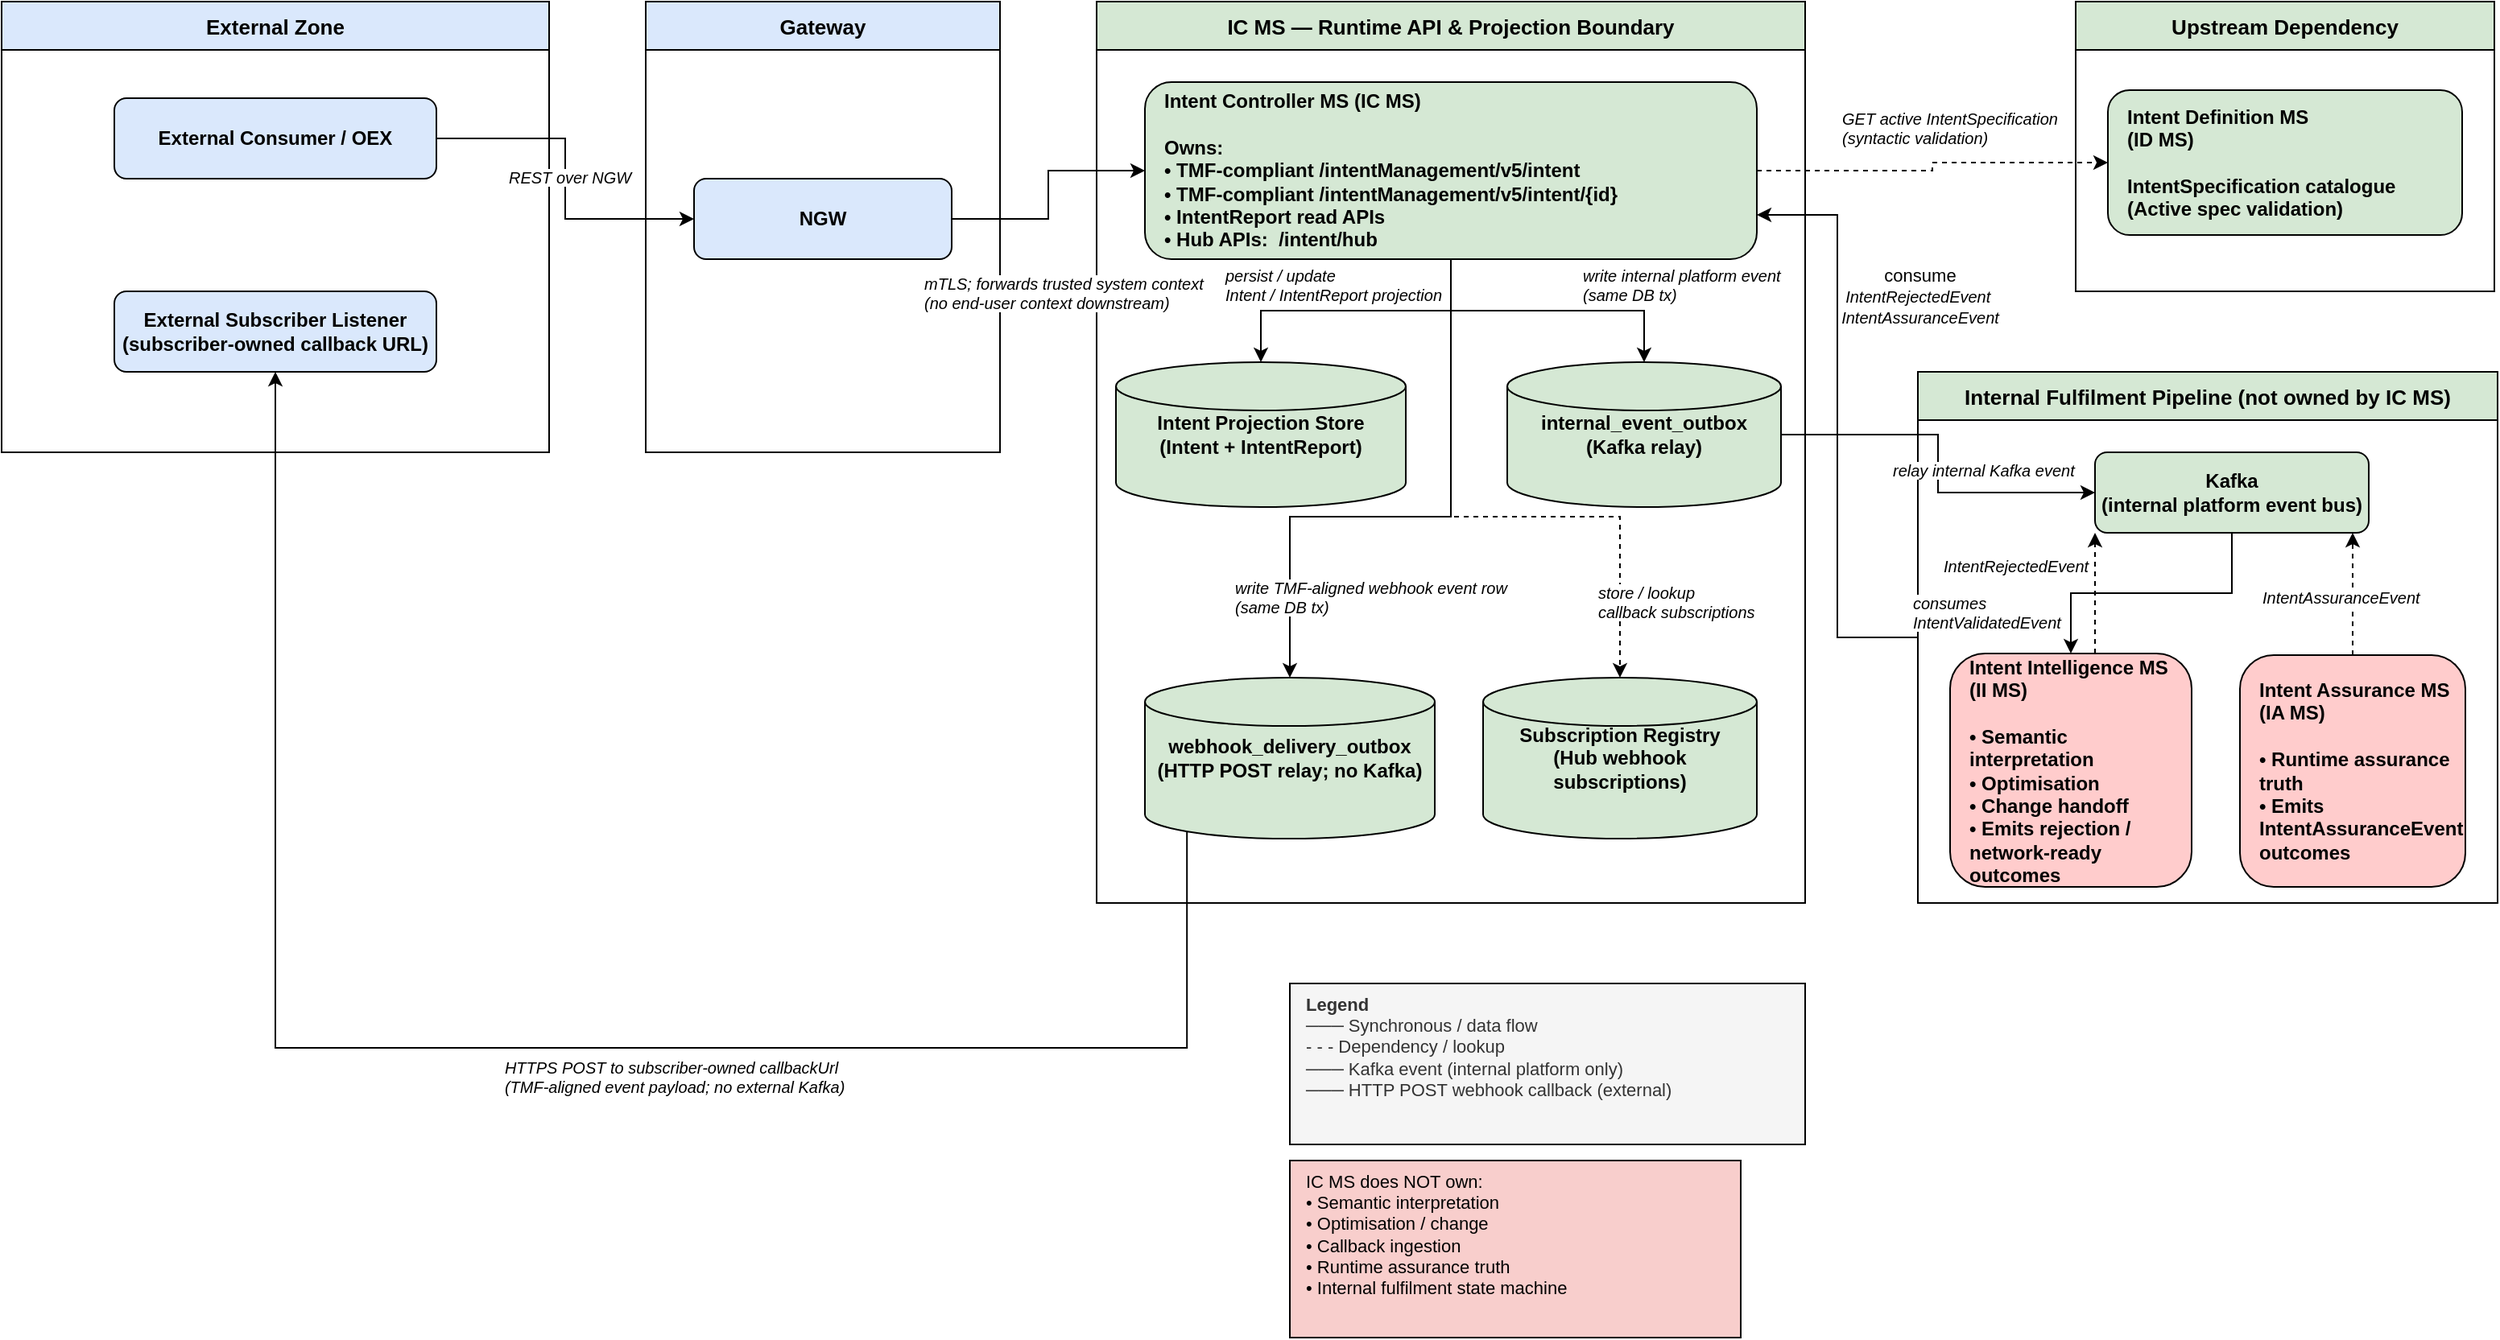
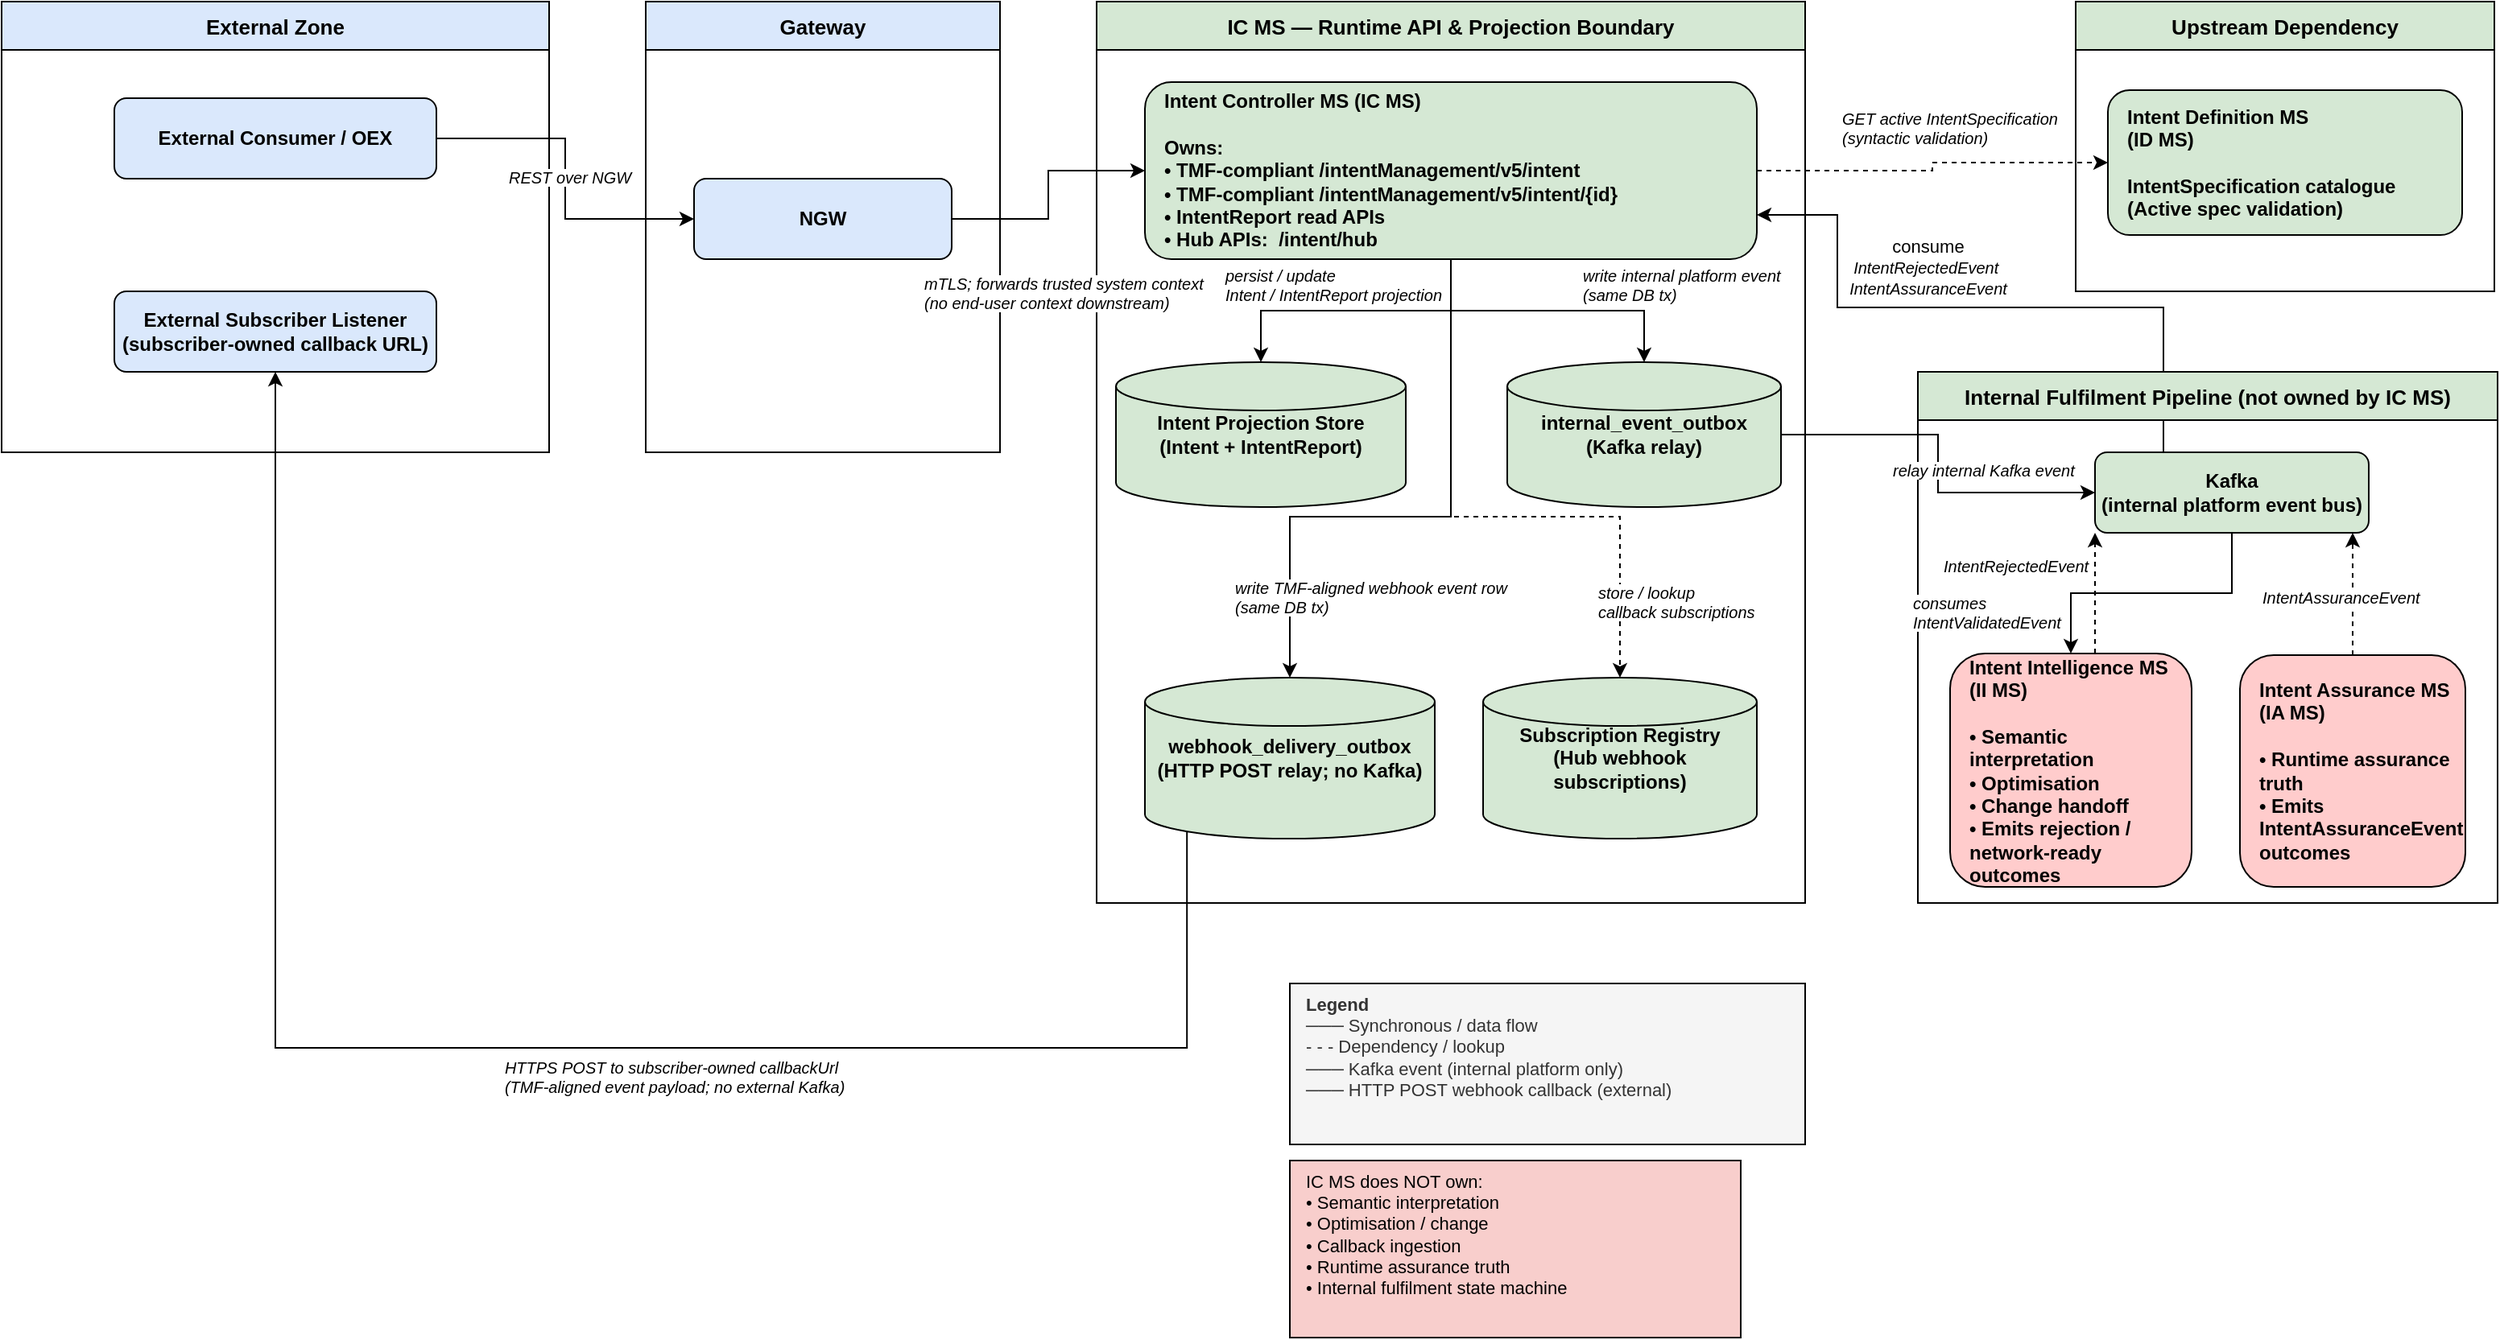
<mxfile host="65bd71144e">
    <diagram name="IC MS - Logical View" id="ic-ms-logical-view">
        <mxGraphModel dx="615" dy="633" grid="1" gridSize="10" guides="1" tooltips="1" connect="1" arrows="1" fold="1" page="1" pageScale="1" pageWidth="1654" pageHeight="1169" math="0" shadow="0">
            <root>
                <mxCell id="0"/>
                <mxCell id="1" parent="0"/>
                <mxCell id="zone_external" value="External Zone" style="swimlane;startSize=30;fillColor=#dae8fc;strokeColor=default;fontStyle=1;fontSize=13;horizontal=1;container=0;" parent="1" vertex="1">
                    <mxGeometry x="40" y="40" width="340" height="280" as="geometry"/>
                </mxCell>
                <mxCell id="zone_gateway" value="Gateway" style="swimlane;startSize=30;fillColor=#dae8fc;strokeColor=default;fontStyle=1;fontSize=13;horizontal=1;container=0;" parent="1" vertex="1">
                    <mxGeometry x="440" y="40" width="220" height="280" as="geometry"/>
                </mxCell>
                <mxCell id="zone_icms" value="IC MS — Runtime API &amp; Projection Boundary" style="swimlane;startSize=30;fillColor=#d5e8d4;strokeColor=default;fontStyle=1;fontSize=13;horizontal=1;container=0;" parent="1" vertex="1">
                    <mxGeometry x="720" y="40" width="440" height="560" as="geometry"/>
                </mxCell>
                <mxCell id="zone_idms" value="Upstream Dependency" style="swimlane;startSize=30;fillColor=#d5e8d4;strokeColor=default;fontStyle=1;fontSize=13;horizontal=1;container=0;" parent="1" vertex="1">
                    <mxGeometry x="1328" y="40" width="260" height="180" as="geometry"/>
                </mxCell>
-                 <mxCell id="0MlcjW0cjBZ2ITzH3IxV-1" style="edgeStyle=orthogonalEdgeStyle;rounded=0;orthogonalLoop=1;jettySize=auto;html=1;entryX=1;entryY=0.75;entryDx=0;entryDy=0;fillColor=#d5e8d4;strokeColor=default;" parent="1" source="zone_internal" target="icms_core" edge="1">
-                     <mxGeometry relative="1" as="geometry"/>
+                 <mxCell id="0MlcjW0cjBZ2ITzH3IxV-1" style="edgeStyle=orthogonalEdgeStyle;rounded=0;orthogonalLoop=1;jettySize=auto;html=1;fillColor=#d5e8d4;strokeColor=default;exitX=0.25;exitY=0;exitDx=0;exitDy=0;entryX=1;entryY=0.75;entryDx=0;entryDy=0;" parent="1" source="kafka" target="icms_core" edge="1">
+                     <mxGeometry relative="1" as="geometry">
+                         <mxPoint x="1400" y="310" as="sourcePoint"/>
+                         <mxPoint x="1130" y="230" as="targetPoint"/>
+                         <Array as="points">
+                             <mxPoint x="1383" y="230"/>
+                             <mxPoint x="1180" y="230"/>
+                             <mxPoint x="1180" y="173"/>
+                         </Array>
+                     </mxGeometry>
                </mxCell>
                <mxCell id="2" value="consume&lt;div&gt;&lt;span style=&quot;color: rgb(0, 0, 0); font-size: 10px; font-style: italic; text-align: left;&quot;&gt;IntentRejectedEvent&amp;nbsp;&lt;br&gt;&lt;span style=&quot;color: rgb(0, 0, 0);&quot;&gt;IntentAssuranceEvent&lt;/span&gt;&lt;/span&gt;&lt;/div&gt;" style="edgeLabel;html=1;align=center;verticalAlign=middle;resizable=0;points=[];" vertex="1" connectable="0" parent="0MlcjW0cjBZ2ITzH3IxV-1">
                    <mxGeometry x="0.4455" y="-1" relative="1" as="geometry">
-                         <mxPoint x="50" as="offset"/>
+                         <mxPoint x="52" y="-24" as="offset"/>
                    </mxGeometry>
                </mxCell>
                <mxCell id="zone_internal" value="Internal Fulfilment Pipeline (not owned by IC MS)" style="swimlane;startSize=30;fillColor=#d5e8d4;strokeColor=default;fontStyle=1;fontSize=13;horizontal=1;container=0;" parent="1" vertex="1">
                    <mxGeometry x="1230" y="270" width="360" height="330" as="geometry"/>
                </mxCell>
                <mxCell id="e1" style="edgeStyle=orthogonalEdgeStyle;rounded=0;" parent="1" source="ext_consumer" target="gateway" edge="1">
                    <mxGeometry relative="1" as="geometry"/>
                </mxCell>
                <mxCell id="e1_lbl" value="REST over NGW" style="edgeLabel;fontSize=10;fontStyle=2;container=0;" parent="e1" connectable="0" vertex="1">
                    <mxGeometry relative="0.5" as="geometry">
                        <mxPoint x="-37" y="-13" as="offset"/>
                    </mxGeometry>
                </mxCell>
                <mxCell id="e2" style="edgeStyle=orthogonalEdgeStyle;rounded=0;" parent="1" source="gateway" target="icms_core" edge="1">
                    <mxGeometry relative="1" as="geometry"/>
                </mxCell>
                <mxCell id="e2_lbl" value="mTLS; forwards trusted system context&#xa;(no end-user context downstream)" style="edgeLabel;fontSize=10;fontStyle=2;container=0;" parent="e2" connectable="0" vertex="1">
                    <mxGeometry relative="0.5" as="geometry">
                        <mxPoint x="-79" y="43" as="offset"/>
                    </mxGeometry>
                </mxCell>
                <mxCell id="e3" style="edgeStyle=orthogonalEdgeStyle;rounded=0;dashed=1;fillColor=#d5e8d4;strokeColor=default;" parent="1" source="icms_core" target="idms" edge="1">
                    <mxGeometry relative="1" as="geometry"/>
                </mxCell>
                <mxCell id="e3_lbl" value="GET active IntentSpecification&#xa;(syntactic validation)" style="edgeLabel;fontSize=10;fontStyle=2;container=0;" parent="e3" connectable="0" vertex="1">
                    <mxGeometry relative="0.5" as="geometry">
                        <mxPoint x="-58" y="-42" as="offset"/>
                    </mxGeometry>
                </mxCell>
                <mxCell id="e4" style="edgeStyle=orthogonalEdgeStyle;rounded=0;fillColor=#d5e8d4;strokeColor=default;" parent="1" source="icms_core" target="intent_store" edge="1">
                    <mxGeometry relative="1" as="geometry"/>
                </mxCell>
                <mxCell id="e4_lbl" value="persist / update&#xa;Intent / IntentReport projection" style="edgeLabel;fontSize=10;fontStyle=2;container=0;" parent="e4" connectable="0" vertex="1">
                    <mxGeometry relative="0.5" as="geometry">
                        <mxPoint x="-83" y="-34" as="offset"/>
                    </mxGeometry>
                </mxCell>
                <mxCell id="e5" style="edgeStyle=orthogonalEdgeStyle;rounded=0;fillColor=#d5e8d4;strokeColor=default;" parent="1" source="icms_core" target="int_outbox" edge="1">
                    <mxGeometry relative="1" as="geometry"/>
                </mxCell>
                <mxCell id="e5_lbl" value="write internal platform event&#xa;(same DB tx)" style="edgeLabel;fontSize=10;fontStyle=2;container=0;" parent="e5" connectable="0" vertex="1">
                    <mxGeometry relative="0.5" as="geometry">
                        <mxPoint x="20" y="-34" as="offset"/>
                    </mxGeometry>
                </mxCell>
                <mxCell id="e6" style="edgeStyle=orthogonalEdgeStyle;rounded=0;fillColor=#d5e8d4;strokeColor=default;" parent="1" source="int_outbox" target="kafka" edge="1">
                    <mxGeometry relative="1" as="geometry"/>
                </mxCell>
                <mxCell id="e6_lbl" value="relay internal Kafka event" style="edgeLabel;fontSize=10;fontStyle=2;container=0;" parent="e6" connectable="0" vertex="1">
                    <mxGeometry relative="0.5" as="geometry">
                        <mxPoint x="-30" y="-8" as="offset"/>
                    </mxGeometry>
                </mxCell>
                <mxCell id="e7" style="edgeStyle=orthogonalEdgeStyle;rounded=0;fillColor=#d5e8d4;strokeColor=default;" parent="1" source="kafka" target="iims" edge="1">
                    <mxGeometry relative="1" as="geometry"/>
                </mxCell>
                <mxCell id="e7_lbl" value="consumes&#xa;IntentValidatedEvent" style="edgeLabel;fontSize=10;fontStyle=2;container=0;" parent="e7" connectable="0" vertex="1">
                    <mxGeometry relative="0.5" as="geometry">
                        <mxPoint x="-150" y="-6" as="offset"/>
                    </mxGeometry>
                </mxCell>
                <mxCell id="e8" style="edgeStyle=orthogonalEdgeStyle;rounded=0;dashed=1;fillColor=#d5e8d4;strokeColor=default;" parent="1" source="iims" target="kafka" edge="1">
                    <mxGeometry relative="1" as="geometry">
                        <Array as="points">
                            <mxPoint x="1310" y="490"/>
                            <mxPoint x="1380" y="490"/>
                            <mxPoint x="1380" y="360"/>
                        </Array>
                    </mxGeometry>
                </mxCell>
                <mxCell id="e8_lbl" value="IntentRejectedEvent " style="edgeLabel;fontSize=10;fontStyle=2;container=0;" parent="e8" connectable="0" vertex="1">
                    <mxGeometry relative="0.5" as="geometry">
                        <mxPoint x="-96" y="-29" as="offset"/>
                    </mxGeometry>
                </mxCell>
                <mxCell id="e9" style="edgeStyle=orthogonalEdgeStyle;rounded=0;dashed=1;fillColor=#d5e8d4;strokeColor=default;" parent="1" source="iams" target="kafka" edge="1">
                    <mxGeometry relative="1" as="geometry">
                        <Array as="points">
                            <mxPoint x="1450" y="490"/>
                            <mxPoint x="1450" y="360"/>
                        </Array>
                    </mxGeometry>
                </mxCell>
                <mxCell id="e9_lbl" value="IntentAssuranceEvent" style="edgeLabel;fontSize=10;fontStyle=2;container=0;" parent="e9" connectable="0" vertex="1">
                    <mxGeometry relative="0.5" as="geometry">
                        <mxPoint x="-58" y="-10" as="offset"/>
                    </mxGeometry>
                </mxCell>
                <mxCell id="e11" style="edgeStyle=orthogonalEdgeStyle;rounded=0;fillColor=#d5e8d4;strokeColor=default;" parent="1" source="icms_core" target="webhook_outbox" edge="1">
                    <mxGeometry relative="1" as="geometry">
                        <Array as="points">
                            <mxPoint x="940" y="360"/>
                            <mxPoint x="840" y="360"/>
                        </Array>
                    </mxGeometry>
                </mxCell>
                <mxCell id="e11_lbl" value="write TMF-aligned webhook event row&#xa;(same DB tx)" style="edgeLabel;fontSize=10;fontStyle=2;container=0;" parent="e11" connectable="0" vertex="1">
                    <mxGeometry relative="0.5" as="geometry">
                        <mxPoint x="-116" y="32" as="offset"/>
                    </mxGeometry>
                </mxCell>
                <mxCell id="e12" style="edgeStyle=orthogonalEdgeStyle;rounded=0;strokeColor=default;exitX=0.145;exitY=1;exitDx=0;exitDy=-4.35;exitPerimeter=0;" parent="1" source="webhook_outbox" target="ext_subscriber" edge="1">
                    <mxGeometry relative="1" as="geometry">
                        <Array as="points">
                            <mxPoint x="776" y="690"/>
                            <mxPoint x="210" y="690"/>
                        </Array>
                    </mxGeometry>
                </mxCell>
                <mxCell id="e12_lbl" value="HTTPS POST to subscriber-owned callbackUrl&#xa;(TMF-aligned event payload; no external Kafka)" style="edgeLabel;fontSize=10;fontStyle=2;container=0;" parent="e12" connectable="0" vertex="1">
                    <mxGeometry relative="0.5" as="geometry"/>
                </mxCell>
                <mxCell id="e13" style="edgeStyle=orthogonalEdgeStyle;rounded=0;dashed=1;fillColor=#d5e8d4;strokeColor=default;" parent="1" source="icms_core" target="sub_registry" edge="1">
                    <mxGeometry relative="1" as="geometry">
                        <Array as="points">
                            <mxPoint x="940" y="360"/>
                            <mxPoint x="1045" y="360"/>
                        </Array>
                    </mxGeometry>
                </mxCell>
                <mxCell id="e13_lbl" value="store / lookup&#xa;callback subscriptions" style="edgeLabel;fontSize=10;fontStyle=2;container=0;" parent="e13" connectable="0" vertex="1">
                    <mxGeometry relative="0.5" as="geometry">
                        <mxPoint x="67" y="35" as="offset"/>
                    </mxGeometry>
                </mxCell>
                <mxCell id="legend" value="&lt;b&gt;Legend&lt;/b&gt;&#xa;─── Synchronous / data flow&#xa;- - - Dependency / lookup&#xa;─── Kafka event (internal platform only)&#xa;─── HTTP POST webhook callback (external)" style="text;html=1;strokeColor=default;fillColor=#f5f5f5;align=left;verticalAlign=top;spacingLeft=8;fontSize=11;fontColor=#333333;container=0;" parent="1" vertex="1">
                    <mxGeometry x="840" y="650" width="320" height="100" as="geometry"/>
                </mxCell>
                <mxCell id="not_owned_note" value="IC MS does NOT own:&#xa;• Semantic interpretation&#xa;• Optimisation / change&#xa;• Callback ingestion&#xa;• Runtime assurance truth&#xa;• Internal fulfilment state machine" style="text;html=1;strokeColor=default;fillColor=#f8cecc;align=left;verticalAlign=top;spacingLeft=8;fontSize=11;container=0;" parent="1" vertex="1">
                    <mxGeometry x="840" y="760" width="280" height="110" as="geometry"/>
                </mxCell>
                <mxCell id="ext_consumer" value="External Consumer / OEX" style="rounded=1;whiteSpace=wrap;html=1;fillColor=#dae8fc;strokeColor=default;fontStyle=1;fontSize=12;container=0;" parent="1" vertex="1">
                    <mxGeometry x="110" y="100" width="200" height="50" as="geometry"/>
                </mxCell>
                <mxCell id="ext_subscriber" value="External Subscriber Listener&#xa;(subscriber-owned callback URL)" style="rounded=1;whiteSpace=wrap;html=1;fillColor=#dae8fc;strokeColor=default;fontStyle=1;fontSize=12;container=0;" parent="1" vertex="1">
                    <mxGeometry x="110" y="220" width="200" height="50" as="geometry"/>
                </mxCell>
                <mxCell id="gateway" value="NGW" style="rounded=1;whiteSpace=wrap;html=1;fillColor=#dae8fc;strokeColor=default;fontStyle=1;fontSize=12;container=0;" parent="1" vertex="1">
                    <mxGeometry x="470" y="150" width="160" height="50" as="geometry"/>
                </mxCell>
                <mxCell id="icms_core" value="Intent Controller MS (IC MS)&lt;br&gt;&lt;br&gt;Owns:&lt;br&gt;• TMF-compliant /intentManagement/v5/intent&lt;br&gt;• TMF-compliant /intentManagement/v5/intent/{id}&lt;br&gt;• IntentReport read APIs&lt;br&gt;• Hub APIs:&amp;nbsp; /intent/hub" style="rounded=1;whiteSpace=wrap;html=1;fillColor=#d5e8d4;strokeColor=default;fontStyle=1;fontSize=12;align=left;spacingLeft=10;container=0;" parent="1" vertex="1">
                    <mxGeometry x="750" y="90" width="380" height="110" as="geometry"/>
                </mxCell>
                <mxCell id="intent_store" value="Intent Projection Store&#xa;(Intent + IntentReport)" style="shape=cylinder3;whiteSpace=wrap;html=1;fillColor=#d5e8d4;strokeColor=default;fontStyle=1;fontSize=12;container=0;" parent="1" vertex="1">
                    <mxGeometry x="732" y="264" width="180" height="90" as="geometry"/>
                </mxCell>
                <mxCell id="int_outbox" value="internal_event_outbox&#xa;(Kafka relay)" style="shape=cylinder3;whiteSpace=wrap;html=1;fillColor=#d5e8d4;strokeColor=default;fontStyle=1;fontSize=12;container=0;" parent="1" vertex="1">
                    <mxGeometry x="975" y="264" width="170" height="90" as="geometry"/>
                </mxCell>
                <mxCell id="webhook_outbox" value="webhook_delivery_outbox&#xa;(HTTP POST relay; no Kafka)" style="shape=cylinder3;whiteSpace=wrap;html=1;fillColor=#d5e8d4;strokeColor=default;fontStyle=1;fontSize=12;container=0;" parent="1" vertex="1">
                    <mxGeometry x="750" y="460" width="180" height="100" as="geometry"/>
                </mxCell>
                <mxCell id="sub_registry" value="Subscription Registry&#xa;(Hub webhook subscriptions)" style="shape=cylinder3;whiteSpace=wrap;html=1;fillColor=#d5e8d4;strokeColor=default;fontStyle=1;fontSize=12;container=0;" parent="1" vertex="1">
                    <mxGeometry x="960" y="460" width="170" height="100" as="geometry"/>
                </mxCell>
                <mxCell id="idms" value="Intent Definition MS&#xa;(ID MS)&#xa;&#xa;IntentSpecification catalogue&#xa;(Active spec validation)" style="rounded=1;whiteSpace=wrap;html=1;fillColor=#d5e8d4;strokeColor=default;fontStyle=1;fontSize=12;align=left;spacingLeft=10;container=0;" parent="1" vertex="1">
                    <mxGeometry x="1348" y="95" width="220" height="90" as="geometry"/>
                </mxCell>
                <mxCell id="kafka" value="Kafka&#xa;(internal platform event bus)" style="rounded=1;whiteSpace=wrap;html=1;fillColor=#d5e8d4;strokeColor=default;fontStyle=1;fontSize=12;container=0;" parent="1" vertex="1">
                    <mxGeometry x="1340" y="320" width="170" height="50" as="geometry"/>
                </mxCell>
                <mxCell id="iims" value="Intent Intelligence MS&lt;br&gt;(II MS)&lt;br&gt;&lt;br&gt;• Semantic interpretation&lt;br&gt;• Optimisation&lt;br&gt;• Change handoff&lt;br&gt;• Emits rejection / network-ready outcomes" style="rounded=1;whiteSpace=wrap;html=1;fillColor=#ffcccc;strokeColor=default;fontStyle=1;fontSize=12;align=left;spacingLeft=10;container=0;" parent="1" vertex="1">
                    <mxGeometry x="1250" y="445" width="150" height="145" as="geometry"/>
                </mxCell>
                <mxCell id="iams" value="Intent Assurance MS&#xa;(IA MS)&#xa;&#xa;• Runtime assurance truth&#xa;• Emits IntentAssuranceEvent outcomes" style="rounded=1;whiteSpace=wrap;html=1;fillColor=#ffcccc;strokeColor=default;fontStyle=1;fontSize=12;align=left;spacingLeft=10;container=0;" parent="1" vertex="1">
                    <mxGeometry x="1430" y="446" width="140" height="144" as="geometry"/>
                </mxCell>
            </root>
        </mxGraphModel>
    </diagram>
</mxfile>